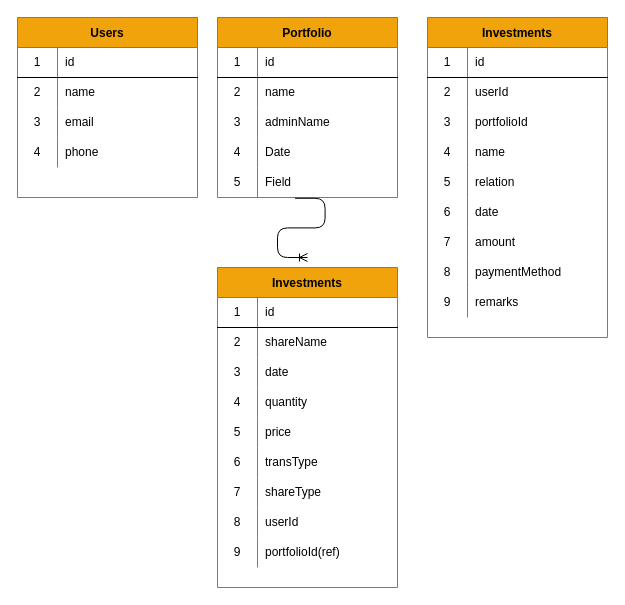
Above: db.drawio in lostintheway/shareapp (draw.io), before the change. Source tidied: cells renumbered, new cells numbered last; positions are measured from the earlier drawing's top-left corner, leaving out a move shared by most shapes. Both pictures are drawn from the tidied source at 100%, with x=0, y=0 at pixel (17, 17).
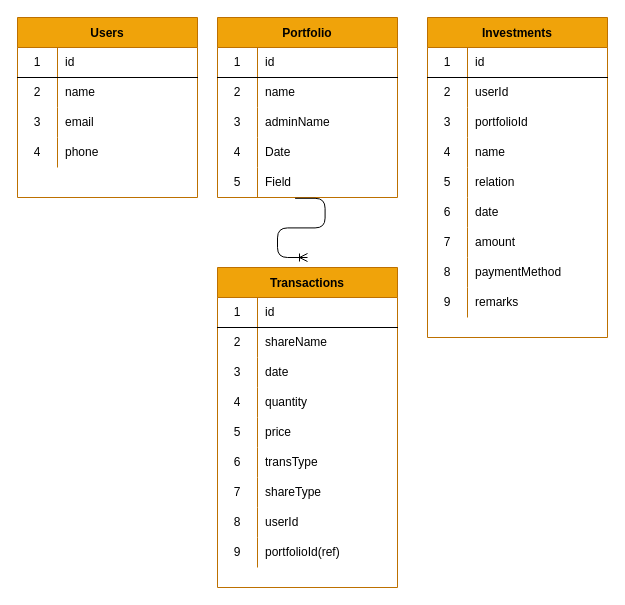
The same page after the edit.

What changed in the source:
```diff
@@
-    <mxCell id="59" value="Investments" style="shape=table;startSize=30;childLayout=tableLayout;rowLines=0;fontStyle=1;align=center;fillColor=#f0a30a;strokeColor=#BD7000;fontColor=#000000;" parent="1" vertex="1">
+    <mxCell id="59" value="Transactions" style="shape=table;startSize=30;childLayout=tableLayout;rowLines=0;fontStyle=1;align=center;fillColor=#f0a30a;strokeColor=#BD7000;fontColor=#000000;" parent="1" vertex="1">
       <mxGeometry x="200" y="250" width="180" height="320" as="geometry" />
     </mxCell>
```
